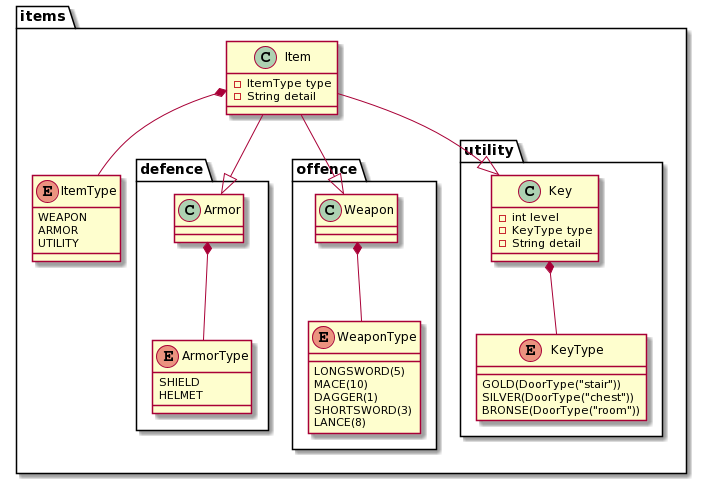
Earlier version of the PlantUML export uml/items.png (CodecoolGlobal/dungeon-crawl-1-java-HuBori).
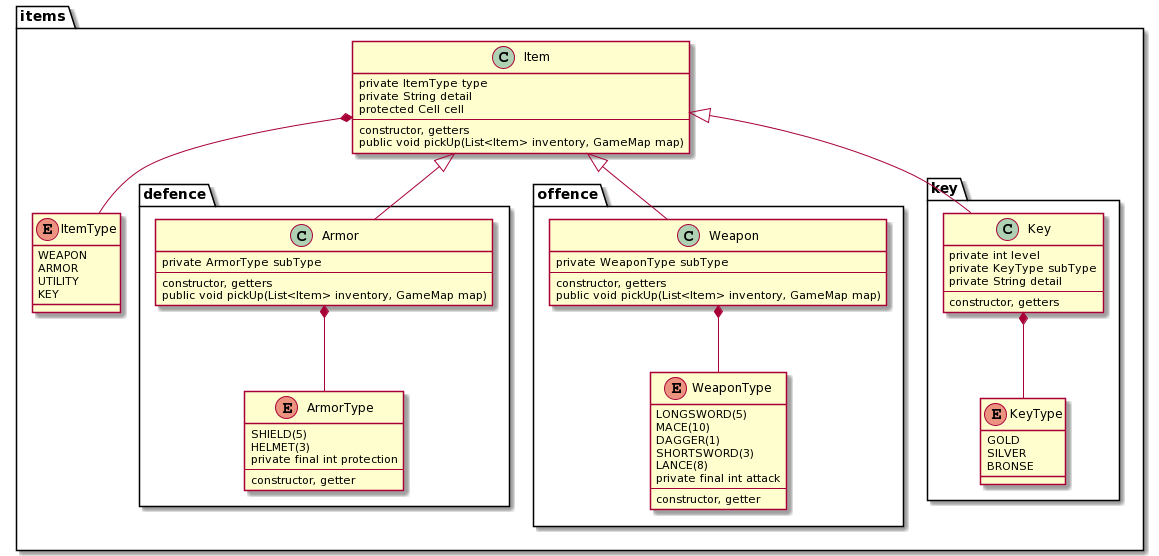
After the change.

Change to the diagram source:
```diff
@@ -6,25 +6,35 @@
     package offence {
         Weapon *-- WeaponType
     }
-    package utility {
+    package key {
         Key *-- KeyType
     }
     Item *-- ItemType
-    Item --|> Armor
-    Item --|> Weapon
-    Item --|> Key
+    Item <|-- Armor
+    Item <|-- Weapon
+    Item <|-- Key
 }
 
 class Armor {
-
+    private ArmorType subType
+    --
+    constructor, getters
+    public void pickUp(List<Item> inventory, GameMap map)
 }
 
 enum ArmorType {
-    SHIELD
-    HELMET
+    SHIELD(5)
+    HELMET(3)
+    private final int protection
+    --
+    constructor, getter
 }
 
 class Weapon {
+    private WeaponType subType
+    --
+    constructor, getters
+    public void pickUp(List<Item> inventory, GameMap map)
 }
 
 enum WeaponType {
@@ -33,28 +43,38 @@
     DAGGER(1)
     SHORTSWORD(3)
     LANCE(8)
+    private final int attack
+    --
+    constructor, getter
 }
 
 class Key {
-    - int level
-    - KeyType type
-    - String detail
+    private int level
+    private KeyType subType
+    private String detail
+    --
+    constructor, getters
 }
 
 enum KeyType {
-    GOLD(DoorType("stair"))
-    SILVER(DoorType("chest"))
-    BRONSE(DoorType("room"))
+    GOLD
+    SILVER
+    BRONSE
 }
 
 class Item {
-    - ItemType type
-	- String detail
+    private ItemType type
+    private String detail
+    protected Cell cell
+    --
+    constructor, getters
+    public void pickUp(List<Item> inventory, GameMap map)
 }
 
 enum ItemType {
     WEAPON
     ARMOR
     UTILITY
+    KEY
 }
 @enduml
```
